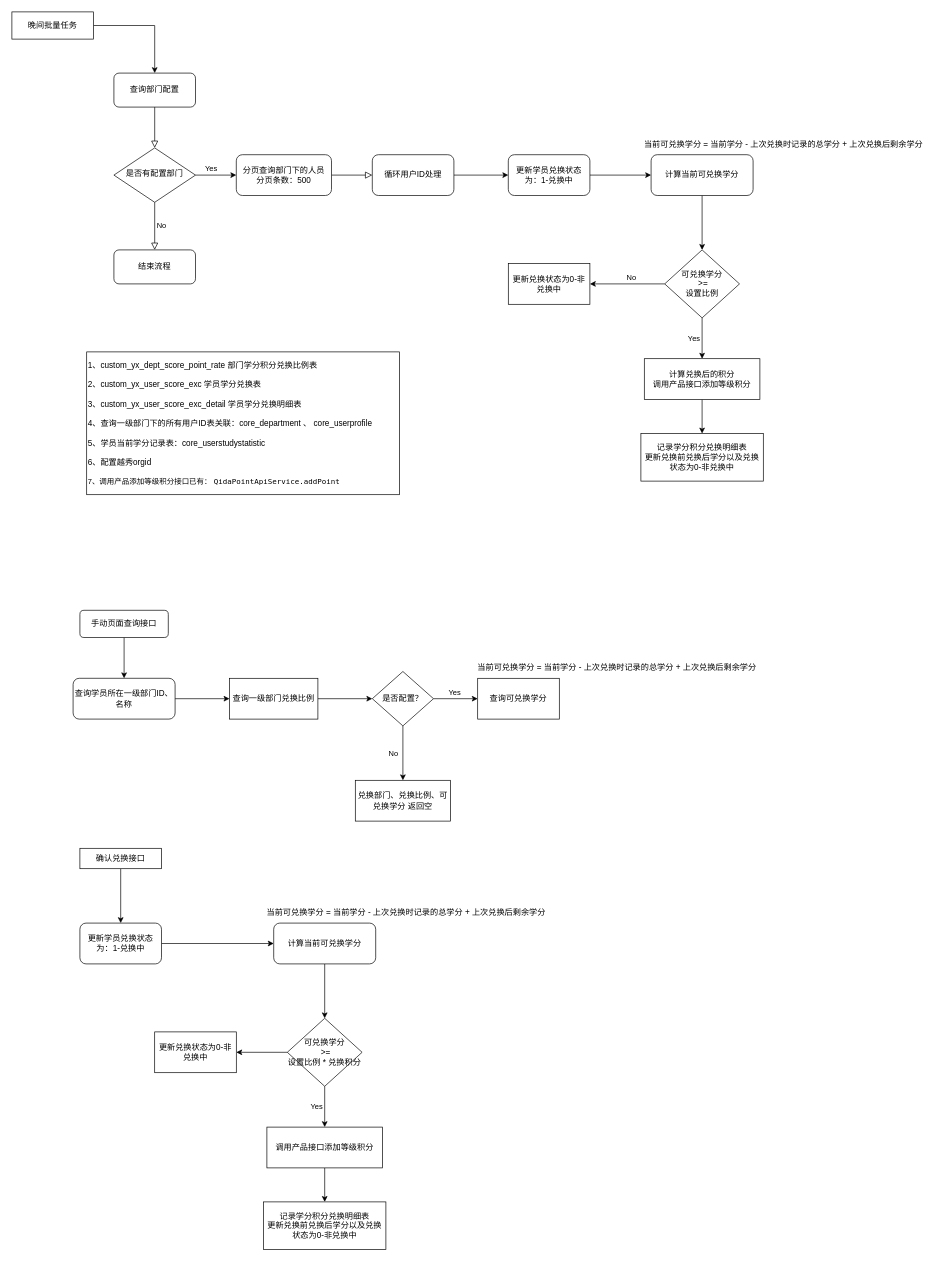
Before: 越秀学分积分兑换.drawio in OnlyHF/draw, a draw.io diagram. Source tidied: cells renumbered, new cells numbered last; positions are measured from the earlier drawing's top-left corner, leaving out a move shared by most shapes. Both pictures are drawn from the tidied source at 68%, with x=0, y=0 at pixel (12, 12).
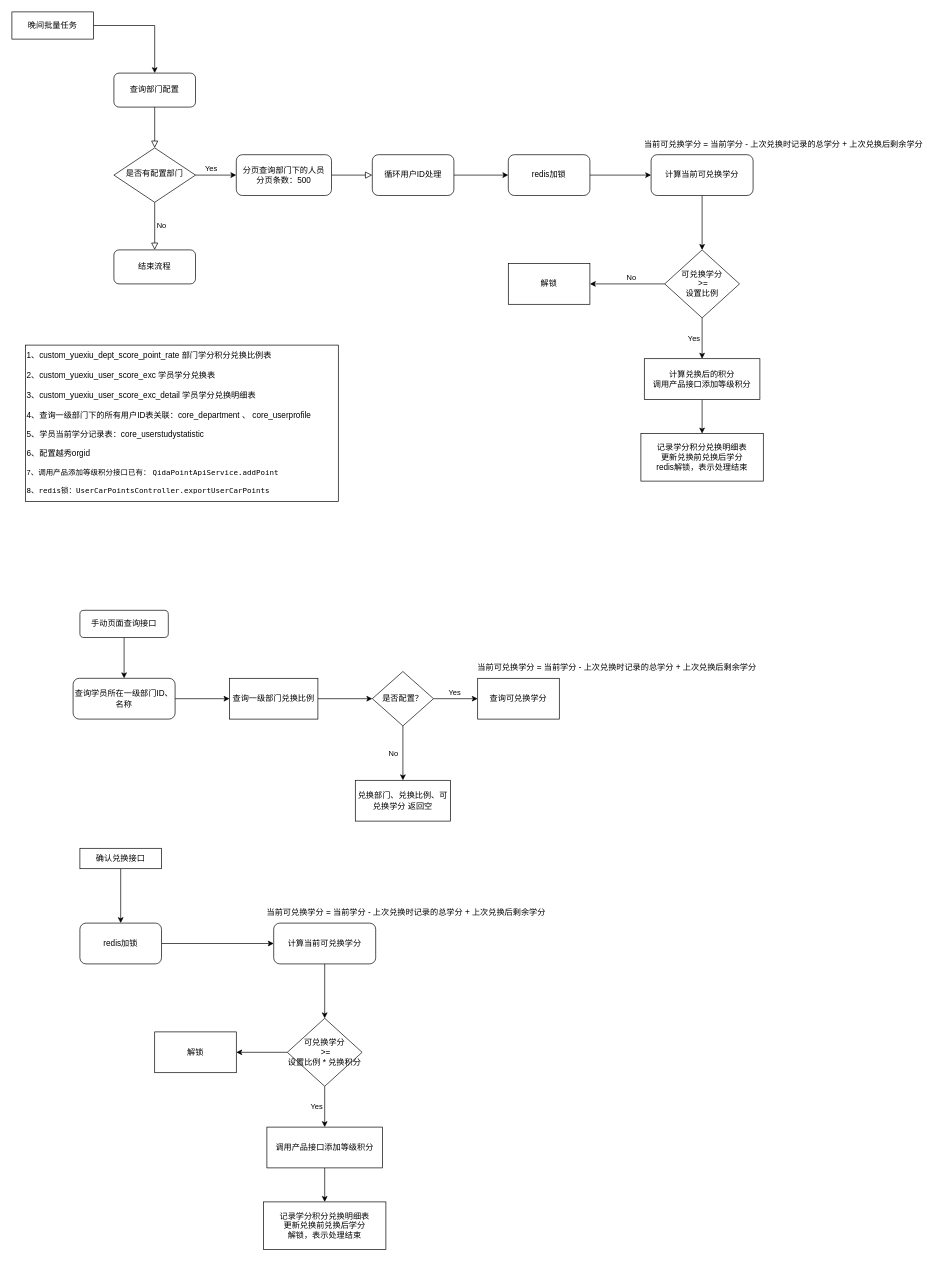
The same diagram, later.

Commit message:
更新越秀学分积分兑换.drawio

Change to the diagram source:
```diff
@@
-    <mxCell id="20" value="记录学分积分兑换明细表&lt;br&gt;更新兑换前兑换后学分以及兑换状态为0-非兑换中" style="whiteSpace=wrap;html=1;" parent="1" vertex="1">
+    <mxCell id="20" value="记录学分积分兑换明细表&lt;br&gt;更新兑换前兑换后学分&lt;br&gt;redis解锁，表示处理结束" style="whiteSpace=wrap;html=1;" parent="1" vertex="1">
       <mxGeometry x="925" y="620" width="180" height="70" as="geometry" />
     </mxCell>
-    <mxCell id="21" value="&lt;div&gt;1、custom_yx_dept_score_point_rate 部门学分积分兑换比例表&lt;/div&gt;&lt;div&gt;&lt;br&gt;&lt;/div&gt;&lt;div&gt;2、custom_yx_user_score_exc 学员学分兑换表&lt;/div&gt;&lt;div&gt;&lt;br&gt;&lt;/div&gt;&lt;div&gt;3、custom_yx_user_score_exc_detail 学员学分兑换明细表&lt;/div&gt;&lt;div&gt;&lt;br&gt;&lt;/div&gt;&lt;div&gt;4、查询一级部门下的所有用户ID表关联：core_department 、&amp;nbsp;core_userprofile&amp;nbsp;&lt;/div&gt;&lt;div&gt;&lt;br&gt;&lt;/div&gt;&lt;div&gt;5、学员当前学分记录表：&lt;span&gt;core_userstudystatistic&lt;/span&gt;&lt;/div&gt;&lt;div&gt;&lt;span&gt;&lt;br&gt;&lt;/span&gt;&lt;/div&gt;&lt;div&gt;&lt;span&gt;6、配置越秀orgid&lt;/span&gt;&lt;/div&gt;&lt;div&gt;&lt;span&gt;&lt;br&gt;&lt;/span&gt;&lt;/div&gt;&lt;div style=&quot;font-size: 11px&quot;&gt;&lt;span&gt;7、调用产品添加等级积分接口已有：&amp;nbsp;&lt;/span&gt;&lt;span style=&quot;background-color: rgb(255 , 255 , 255) ; font-size: 11px&quot;&gt;&lt;span style=&quot;font-family: &amp;#34;menlo&amp;#34; ; font-size: 11px&quot;&gt;QidaPointApiService.&lt;/span&gt;&lt;span style=&quot;font-family: &amp;#34;menlo&amp;#34; ; font-size: 11px&quot;&gt;addPoint&lt;/span&gt;&lt;/span&gt;&lt;/div&gt;" style="rounded=0;whiteSpace=wrap;html=1;fillColor=#ffffff;align=left;" parent="1" vertex="1">
-      <mxGeometry x="110" y="500" width="460" height="210" as="geometry" />
+    <mxCell id="21" value="&lt;div&gt;1、custom_yuexiu_dept_score_point_rate 部门学分积分兑换比例表&lt;/div&gt;&lt;div&gt;&lt;br&gt;&lt;/div&gt;&lt;div&gt;2、custom_yuexiu_user_score_exc 学员学分兑换表&lt;/div&gt;&lt;div&gt;&lt;br&gt;&lt;/div&gt;&lt;div&gt;3、custom_yuexiu_user_score_exc_detail 学员学分兑换明细表&lt;/div&gt;&lt;div&gt;&lt;br&gt;&lt;/div&gt;&lt;div&gt;4、查询一级部门下的所有用户ID表关联：core_department 、&amp;nbsp;core_userprofile&amp;nbsp;&lt;/div&gt;&lt;div&gt;&lt;br&gt;&lt;/div&gt;&lt;div&gt;5、学员当前学分记录表：&lt;span&gt;core_userstudystatistic&lt;/span&gt;&lt;/div&gt;&lt;div&gt;&lt;span&gt;&lt;br&gt;&lt;/span&gt;&lt;/div&gt;&lt;div&gt;&lt;span&gt;6、配置越秀orgid&lt;/span&gt;&lt;/div&gt;&lt;div&gt;&lt;span&gt;&lt;br&gt;&lt;/span&gt;&lt;/div&gt;&lt;div style=&quot;font-size: 11px&quot;&gt;&lt;span&gt;7、调用产品添加等级积分接口已有：&amp;nbsp;&lt;/span&gt;&lt;span style=&quot;background-color: rgb(255 , 255 , 255) ; font-size: 11px&quot;&gt;&lt;span style=&quot;font-family: &amp;#34;menlo&amp;#34; ; font-size: 11px&quot;&gt;QidaPointApiService.&lt;/span&gt;&lt;span style=&quot;font-family: &amp;#34;menlo&amp;#34; ; font-size: 11px&quot;&gt;addPoint&lt;/span&gt;&lt;/span&gt;&lt;/div&gt;&lt;div style=&quot;font-size: 11px&quot;&gt;&lt;span style=&quot;background-color: rgb(255 , 255 , 255) ; font-size: 11px&quot;&gt;&lt;span style=&quot;font-family: &amp;#34;menlo&amp;#34; ; font-size: 11px&quot;&gt;&lt;br&gt;&lt;/span&gt;&lt;/span&gt;&lt;/div&gt;&lt;div style=&quot;font-size: 11px&quot;&gt;&lt;span style=&quot;background-color: rgb(255 , 255 , 255) ; font-size: 11px&quot;&gt;&lt;span style=&quot;font-family: &amp;#34;menlo&amp;#34; ; font-size: 11px&quot;&gt;8、redis锁：UserCarPointsController.exportUserCarPoints&lt;/span&gt;&lt;/span&gt;&lt;/div&gt;" style="rounded=0;whiteSpace=wrap;html=1;fillColor=#ffffff;align=left;" parent="1" vertex="1">
+      <mxGeometry x="20" y="490" width="460" height="230" as="geometry" />
     </mxCell>
@@
-    <mxCell id="41" value="更新学员兑换状态为：1-兑换中" style="whiteSpace=wrap;html=1;rounded=1;" parent="1" vertex="1">
+    <mxCell id="41" value="redis加锁" style="whiteSpace=wrap;html=1;rounded=1;" parent="1" vertex="1">
       <mxGeometry x="730" y="210" width="120" height="60" as="geometry" />
     </mxCell>
-    <mxCell id="42" value="&lt;span&gt;更新兑换状态为0-非兑换中&lt;/span&gt;" style="whiteSpace=wrap;html=1;" parent="1" vertex="1">
+    <mxCell id="42" value="&lt;span&gt;解锁&lt;/span&gt;" style="whiteSpace=wrap;html=1;" parent="1" vertex="1">
       <mxGeometry x="730" y="370" width="120" height="60" as="geometry" />
     </mxCell>
@@
-    <mxCell id="52" value="记录学分积分兑换明细表&lt;br&gt;更新兑换前兑换后学分以及兑换状态为0-非兑换中" style="whiteSpace=wrap;html=1;" parent="1" vertex="1">
+    <mxCell id="52" value="记录学分积分兑换明细表&lt;br&gt;更新兑换前兑换后学分&lt;br&gt;解锁，表示处理结束" style="whiteSpace=wrap;html=1;" parent="1" vertex="1">
       <mxGeometry x="370" y="1750" width="180" height="70" as="geometry" />
     </mxCell>
@@
-    <mxCell id="57" value="更新学员兑换状态为：1-兑换中" style="whiteSpace=wrap;html=1;rounded=1;" parent="1" vertex="1">
+    <mxCell id="57" value="redis加锁" style="whiteSpace=wrap;html=1;rounded=1;" parent="1" vertex="1">
       <mxGeometry x="100" y="1340" width="120" height="60" as="geometry" />
     </mxCell>
-    <mxCell id="58" value="&lt;span&gt;更新兑换状态为0-非兑换中&lt;/span&gt;" style="whiteSpace=wrap;html=1;" parent="1" vertex="1">
+    <mxCell id="58" value="解锁" style="whiteSpace=wrap;html=1;" parent="1" vertex="1">
       <mxGeometry x="210" y="1500" width="120" height="60" as="geometry" />
     </mxCell>
```
